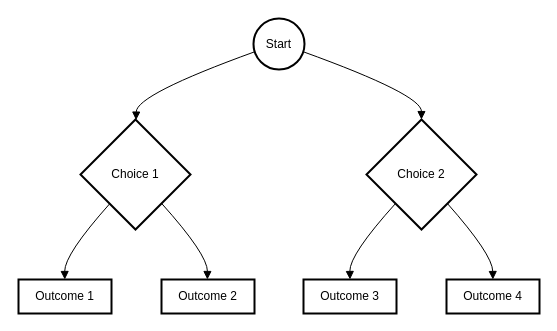
R-Jassasi/Draw.io keeps this draw.io diagram as Game Narrative.drawio. Above is the earlier version. Source tidied: cells renumbered, new cells numbered last; positions are measured from the earlier drawing's top-left corner, leaving out a move shared by most shapes. Both pictures are drawn from the tidied source at 100%, with x=0, y=0 at pixel (18, 18).
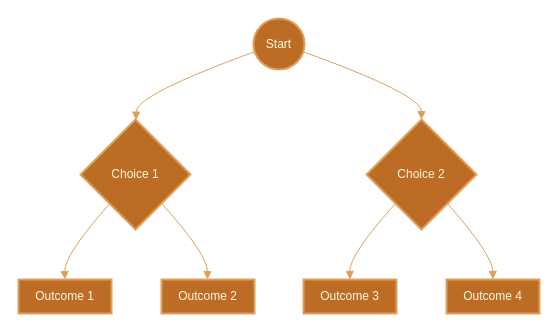
The same diagram, later.

Change to the diagram source:
```diff
@@
-    <mxCell id="2" value="Start" style="ellipse;strokeWidth=2;whiteSpace=wrap;" parent="1" vertex="1">
+    <mxCell id="2" value="Start" style="ellipse;strokeWidth=2;whiteSpace=wrap;labelBackgroundColor=none;fillColor=#BC6C25;strokeColor=#DDA15E;fontColor=#FEFAE0;" parent="1" vertex="1">
       <mxGeometry x="235" width="51" height="51" as="geometry" />
     </mxCell>
-    <mxCell id="3" value="Choice 1" style="rhombus;strokeWidth=2;whiteSpace=wrap;" parent="1" vertex="1">
+    <mxCell id="3" value="Choice 1" style="rhombus;strokeWidth=2;whiteSpace=wrap;labelBackgroundColor=none;fillColor=#BC6C25;strokeColor=#DDA15E;fontColor=#FEFAE0;" parent="1" vertex="1">
       <mxGeometry x="62" y="101" width="110" height="110" as="geometry" />
     </mxCell>
-    <mxCell id="4" value="Choice 2" style="rhombus;strokeWidth=2;whiteSpace=wrap;" parent="1" vertex="1">
+    <mxCell id="4" value="Choice 2" style="rhombus;strokeWidth=2;whiteSpace=wrap;labelBackgroundColor=none;fillColor=#BC6C25;strokeColor=#DDA15E;fontColor=#FEFAE0;" parent="1" vertex="1">
       <mxGeometry x="348" y="101" width="110" height="110" as="geometry" />
     </mxCell>
-    <mxCell id="5" value="Outcome 1" style="whiteSpace=wrap;strokeWidth=2;" parent="1" vertex="1">
+    <mxCell id="5" value="Outcome 1" style="whiteSpace=wrap;strokeWidth=2;labelBackgroundColor=none;fillColor=#BC6C25;strokeColor=#DDA15E;fontColor=#FEFAE0;" parent="1" vertex="1">
       <mxGeometry y="261" width="93" height="34" as="geometry" />
     </mxCell>
-    <mxCell id="6" value="Outcome 2" style="whiteSpace=wrap;strokeWidth=2;" parent="1" vertex="1">
+    <mxCell id="6" value="Outcome 2" style="whiteSpace=wrap;strokeWidth=2;labelBackgroundColor=none;fillColor=#BC6C25;strokeColor=#DDA15E;fontColor=#FEFAE0;" parent="1" vertex="1">
       <mxGeometry x="143" y="261" width="93" height="34" as="geometry" />
     </mxCell>
-    <mxCell id="7" value="Outcome 3" style="whiteSpace=wrap;strokeWidth=2;" parent="1" vertex="1">
+    <mxCell id="7" value="Outcome 3" style="whiteSpace=wrap;strokeWidth=2;labelBackgroundColor=none;fillColor=#BC6C25;strokeColor=#DDA15E;fontColor=#FEFAE0;" parent="1" vertex="1">
       <mxGeometry x="285" y="261" width="93" height="34" as="geometry" />
     </mxCell>
-    <mxCell id="8" value="Outcome 4" style="whiteSpace=wrap;strokeWidth=2;" parent="1" vertex="1">
+    <mxCell id="8" value="Outcome 4" style="whiteSpace=wrap;strokeWidth=2;labelBackgroundColor=none;fillColor=#BC6C25;strokeColor=#DDA15E;fontColor=#FEFAE0;" parent="1" vertex="1">
       <mxGeometry x="428" y="261" width="93" height="34" as="geometry" />
     </mxCell>
-    <mxCell id="9" style="curved=1;startArrow=none;endArrow=block;exitX=0.00015318627450980392;exitY=0.6718443652602656;entryX=0.5053977272727272;entryY=-0.003053977272727273;" parent="1" edge="1" source="2" target="3">
+    <mxCell id="9" style="curved=1;startArrow=none;endArrow=block;exitX=0.00015318627450980392;exitY=0.6718443652602656;entryX=0.5053977272727272;entryY=-0.003053977272727273;labelBackgroundColor=none;strokeColor=#DDA15E;fontColor=default;" parent="1" edge="1" source="2" target="3">
       <mxGeometry relative="1" as="geometry">
         <Array as="points">
           <mxPoint x="118" y="76" />
         </Array>
       </mxGeometry>
     </mxCell>
-    <mxCell id="10" style="curved=1;startArrow=none;endArrow=block;exitX=0.9935661764705882;exitY=0.6720314783694131;entryX=0.4993963068181818;entryY=-0.003053977272727273;" parent="1" edge="1" source="2" target="4">
+    <mxCell id="10" style="curved=1;startArrow=none;endArrow=block;exitX=0.9935661764705882;exitY=0.6720314783694131;entryX=0.4993963068181818;entryY=-0.003053977272727273;labelBackgroundColor=none;strokeColor=#DDA15E;fontColor=default;" parent="1" edge="1" source="2" target="4">
       <mxGeometry relative="1" as="geometry">
         <Array as="points">
           <mxPoint x="403" y="76" />
         </Array>
       </mxGeometry>
     </mxCell>
-    <mxCell id="11" style="curved=1;startArrow=none;endArrow=block;exitX=0.05937772711768306;exitY=0.9999289772727272;entryX=0.49781586021505375;entryY=-0.00022977941176470588;" parent="1" edge="1" source="3" target="5">
+    <mxCell id="11" style="curved=1;startArrow=none;endArrow=block;exitX=0.05937772711768306;exitY=0.9999289772727272;entryX=0.49781586021505375;entryY=-0.00022977941176470588;labelBackgroundColor=none;strokeColor=#DDA15E;fontColor=default;" parent="1" edge="1" source="3" target="5">
       <mxGeometry relative="1" as="geometry">
         <Array as="points">
           <mxPoint x="46" y="236" />
         </Array>
       </mxGeometry>
     </mxCell>
-    <mxCell id="12" style="curved=1;startArrow=none;endArrow=block;exitX=0.9514177274277715;exitY=0.9999289772727272;entryX=0.4934475806451613;entryY=-0.00022977941176470588;" parent="1" edge="1" source="3" target="6">
+    <mxCell id="12" style="curved=1;startArrow=none;endArrow=block;exitX=0.9514177274277715;exitY=0.9999289772727272;entryX=0.4934475806451613;entryY=-0.00022977941176470588;labelBackgroundColor=none;strokeColor=#DDA15E;fontColor=default;" parent="1" edge="1" source="3" target="6">
       <mxGeometry relative="1" as="geometry">
         <Array as="points">
           <mxPoint x="189" y="236" />
         </Array>
       </mxGeometry>
     </mxCell>
-    <mxCell id="13" style="curved=1;startArrow=none;endArrow=block;exitX=0.05242327247477192;exitY=0.9999289772727272;entryX=0.4998319892473118;entryY=-0.00022977941176470588;" parent="1" edge="1" source="4" target="7">
+    <mxCell id="13" style="curved=1;startArrow=none;endArrow=block;exitX=0.05242327247477192;exitY=0.9999289772727272;entryX=0.4998319892473118;entryY=-0.00022977941176470588;labelBackgroundColor=none;strokeColor=#DDA15E;fontColor=default;" parent="1" edge="1" source="4" target="7">
       <mxGeometry relative="1" as="geometry">
         <Array as="points">
           <mxPoint x="331" y="236" />
         </Array>
       </mxGeometry>
     </mxCell>
-    <mxCell id="14" style="curved=1;startArrow=none;endArrow=block;exitX=0.9463693411615918;exitY=0.9999289772727272;entryX=0.4987399193548387;entryY=-0.00022977941176470588;" parent="1" edge="1" source="4" target="8">
+    <mxCell id="14" style="curved=1;startArrow=none;endArrow=block;exitX=0.9463693411615918;exitY=0.9999289772727272;entryX=0.4987399193548387;entryY=-0.00022977941176470588;labelBackgroundColor=none;strokeColor=#DDA15E;fontColor=default;" parent="1" edge="1" source="4" target="8">
       <mxGeometry relative="1" as="geometry">
         <Array as="points">
           <mxPoint x="474" y="236" />
         </Array>
       </mxGeometry>
     </mxCell>
```
